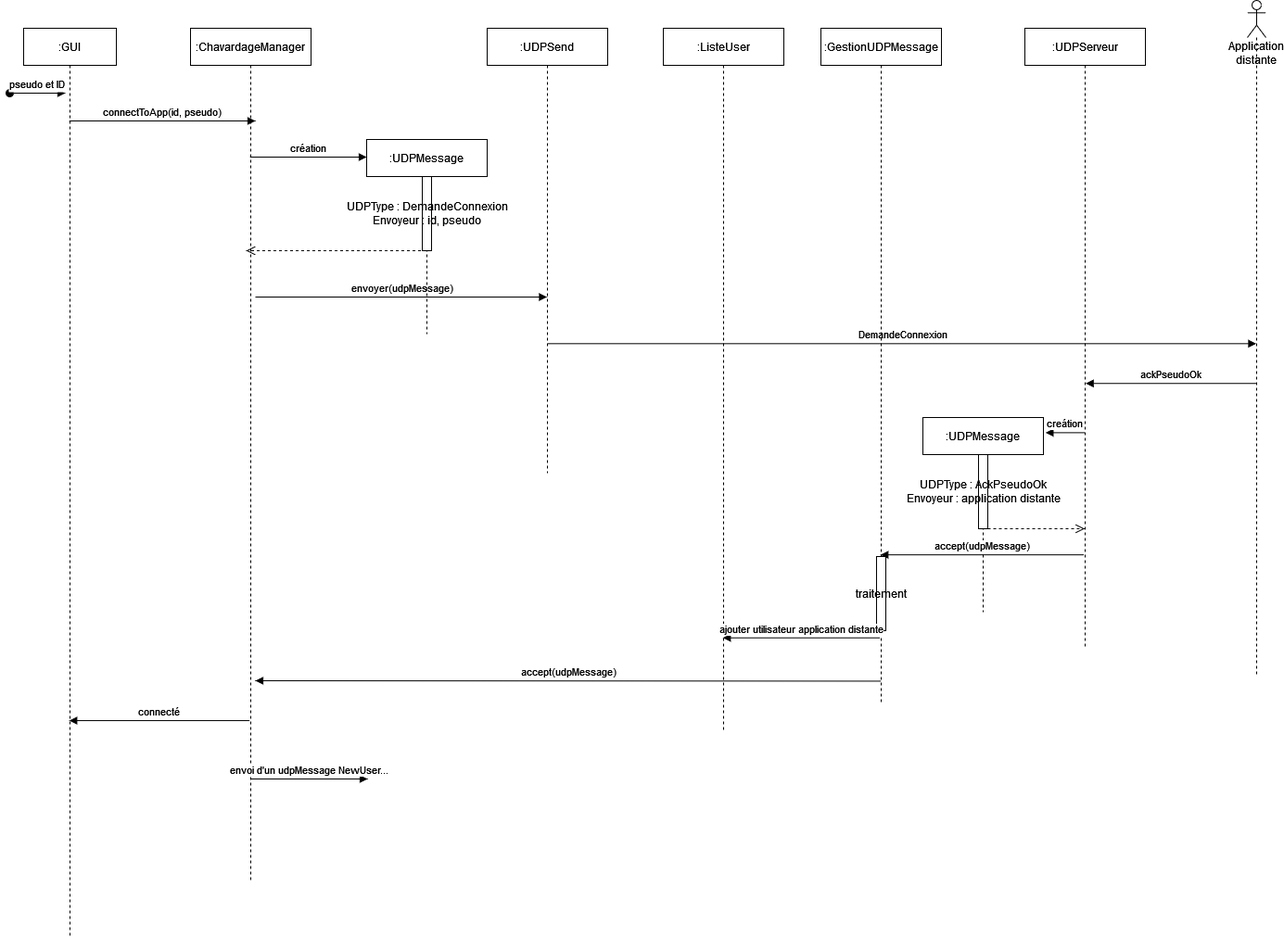
This is UML/Images/seq_connexion_appli.png from Newglear/UF_projet_java, a draw.io export, as it was before one commit. Source tidied: cells renumbered, new cells last; positions are measured from the earlier drawing's top-left corner, leaving out a move shared by most shapes. Source of this version:
```xml
<mxGraphModel>
  <root>
    <mxCell id="0" />
    <mxCell id="1" parent="0" />
    <mxCell id="2" value=":GUI" style="shape=umlLifeline;perimeter=lifelinePerimeter;rounded=0;shadow=0;strokeWidth=1;" parent="1" vertex="1">
      <mxGeometry x="15" y="30" width="100" height="980" as="geometry" />
    </mxCell>
    <mxCell id="3" value="pseudo et ID" style="verticalAlign=bottom;startArrow=oval;endArrow=block;startSize=8;shadow=0;strokeWidth=1;" parent="2" edge="1">
      <mxGeometry relative="1" as="geometry">
        <mxPoint x="-15" y="70" as="sourcePoint" />
        <mxPoint x="45" y="70" as="targetPoint" />
      </mxGeometry>
    </mxCell>
    <mxCell id="4" value=":ChavardageManager" style="shape=umlLifeline;perimeter=lifelinePerimeter;rounded=0;shadow=0;strokeWidth=1;" parent="1" vertex="1">
      <mxGeometry x="195" y="30" width="130" height="920" as="geometry" />
    </mxCell>
    <mxCell id="5" value="&lt;div&gt;&lt;br&gt;&lt;/div&gt;&lt;div&gt;&lt;br&gt;&lt;/div&gt;" style="html=1;verticalAlign=bottom;endArrow=open;dashed=1;endSize=8;rounded=0;" parent="4" edge="1" source="8">
      <mxGeometry relative="1" as="geometry">
        <mxPoint x="60" y="240" as="targetPoint" />
      </mxGeometry>
    </mxCell>
    <mxCell id="6" value="envoyer(udpMessage)" style="html=1;verticalAlign=bottom;endArrow=block;rounded=0;" parent="4" edge="1" target="11">
      <mxGeometry relative="1" as="geometry">
        <mxPoint x="70" y="290" as="sourcePoint" />
      </mxGeometry>
    </mxCell>
    <mxCell id="7" value="connectToApp(id, pseudo)" style="html=1;verticalAlign=bottom;endArrow=block;rounded=0;" parent="1" edge="1" source="2">
      <mxGeometry relative="1" as="geometry">
        <mxPoint x="265" y="130" as="targetPoint" />
      </mxGeometry>
    </mxCell>
    <mxCell id="8" value=":UDPMessage" style="shape=umlLifeline;perimeter=lifelinePerimeter;rounded=0;shadow=0;strokeWidth=1;" parent="1" vertex="1">
      <mxGeometry x="385" y="150" width="130" height="210" as="geometry" />
    </mxCell>
    <mxCell id="9" value="&lt;div&gt;UDPType : DemandeConnexion&lt;/div&gt;&lt;div&gt;Envoyeur : id, pseudo&lt;br&gt;&lt;/div&gt;" style="html=1;perimeter=orthogonalPerimeter;" parent="8" vertex="1">
      <mxGeometry x="60" y="40" width="10" height="80" as="geometry" />
    </mxCell>
    <mxCell id="10" value="création" style="html=1;verticalAlign=bottom;endArrow=block;rounded=0;" parent="1" edge="1" source="4">
      <mxGeometry relative="1" as="geometry">
        <mxPoint x="385" y="169" as="targetPoint" />
      </mxGeometry>
    </mxCell>
    <mxCell id="11" value=":UDPSend" style="shape=umlLifeline;perimeter=lifelinePerimeter;rounded=0;shadow=0;strokeWidth=1;" parent="1" vertex="1">
      <mxGeometry x="515" y="30" width="130" height="480" as="geometry" />
    </mxCell>
    <mxCell id="12" value="Application distante" style="shape=umlLifeline;participant=umlActor;perimeter=lifelinePerimeter;whiteSpace=wrap;html=1;verticalAlign=top;spacingTop=36;outlineConnect=0;" parent="1" vertex="1">
      <mxGeometry x="1335" width="20" height="730" as="geometry" />
    </mxCell>
    <mxCell id="13" value="DemandeConnexion" style="html=1;verticalAlign=bottom;endArrow=block;rounded=0;exitX=0.5;exitY=0.709;exitDx=0;exitDy=0;exitPerimeter=0;" parent="1" edge="1" source="11" target="12">
      <mxGeometry relative="1" as="geometry" />
    </mxCell>
    <mxCell id="14" value="ackPseudoOk" style="html=1;verticalAlign=bottom;endArrow=block;rounded=0;entryX=0.505;entryY=0.572;entryDx=0;entryDy=0;entryPerimeter=0;" parent="1" edge="1" source="12" target="17">
      <mxGeometry relative="1" as="geometry" />
    </mxCell>
    <mxCell id="15" value=":UDPMessage" style="shape=umlLifeline;perimeter=lifelinePerimeter;rounded=0;shadow=0;strokeWidth=1;" parent="1" vertex="1">
      <mxGeometry x="985" y="450" width="130" height="210" as="geometry" />
    </mxCell>
    <mxCell id="16" value="&lt;div&gt;UDPType : AckPseudoOk&lt;/div&gt;&lt;div&gt;Envoyeur : application distante&lt;br&gt;&lt;/div&gt;" style="html=1;perimeter=orthogonalPerimeter;" parent="15" vertex="1">
      <mxGeometry x="60" y="40" width="10" height="80" as="geometry" />
    </mxCell>
    <mxCell id="17" value=":UDPServeur" style="shape=umlLifeline;perimeter=lifelinePerimeter;rounded=0;shadow=0;strokeWidth=1;" parent="1" vertex="1">
      <mxGeometry x="1095" y="30" width="130" height="670" as="geometry" />
    </mxCell>
    <mxCell id="18" value="creátion" style="html=1;verticalAlign=bottom;endArrow=block;rounded=0;entryX=1.018;entryY=0.078;entryDx=0;entryDy=0;entryPerimeter=0;" parent="1" edge="1" source="17" target="15">
      <mxGeometry relative="1" as="geometry" />
    </mxCell>
    <mxCell id="19" style="html=1;verticalAlign=bottom;endArrow=open;dashed=1;endSize=8;rounded=0;" parent="1" edge="1" target="17">
      <mxGeometry relative="1" as="geometry">
        <mxPoint x="1055" y="570" as="sourcePoint" />
      </mxGeometry>
    </mxCell>
    <mxCell id="20" value=":GestionUDPMessage" style="shape=umlLifeline;perimeter=lifelinePerimeter;rounded=0;shadow=0;strokeWidth=1;" parent="1" vertex="1">
      <mxGeometry x="875" y="30" width="130" height="730" as="geometry" />
    </mxCell>
    <mxCell id="21" value="traitement" style="html=1;perimeter=orthogonalPerimeter;" parent="20" vertex="1">
      <mxGeometry x="60" y="570" width="10" height="80" as="geometry" />
    </mxCell>
    <mxCell id="22" value="accept(udpMessage)" style="html=1;verticalAlign=bottom;endArrow=block;rounded=0;exitX=0.49;exitY=0.848;exitDx=0;exitDy=0;exitPerimeter=0;" parent="1" edge="1" source="17" target="20">
      <mxGeometry relative="1" as="geometry" />
    </mxCell>
    <mxCell id="23" value=":ListeUser" style="shape=umlLifeline;perimeter=lifelinePerimeter;rounded=0;shadow=0;strokeWidth=1;" parent="1" vertex="1">
      <mxGeometry x="705" y="30" width="130" height="760" as="geometry" />
    </mxCell>
    <mxCell id="24" value="ajouter utilisateur application distante" style="html=1;verticalAlign=bottom;endArrow=block;rounded=0;exitX=0.49;exitY=0.901;exitDx=0;exitDy=0;exitPerimeter=0;" parent="1" edge="1" source="20" target="23">
      <mxGeometry relative="1" as="geometry" />
    </mxCell>
    <mxCell id="25" value="accept(udpMessage)" style="html=1;verticalAlign=bottom;endArrow=block;rounded=0;exitX=0.5;exitY=0.965;exitDx=0;exitDy=0;exitPerimeter=0;" parent="1" edge="1" source="20">
      <mxGeometry relative="1" as="geometry">
        <mxPoint x="265" y="734" as="targetPoint" />
      </mxGeometry>
    </mxCell>
    <mxCell id="26" value="connecté " style="html=1;verticalAlign=bottom;endArrow=block;rounded=0;exitX=0.49;exitY=0.812;exitDx=0;exitDy=0;exitPerimeter=0;" parent="1" edge="1" source="4" target="2">
      <mxGeometry relative="1" as="geometry" />
    </mxCell>
    <mxCell id="27" value="envoi d'un udpMessage NewUser..." style="html=1;verticalAlign=bottom;endArrow=block;rounded=0;" parent="1" edge="1">
      <mxGeometry relative="1" as="geometry">
        <mxPoint x="260.3" y="840" as="sourcePoint" />
        <mxPoint x="386" y="840" as="targetPoint" />
      </mxGeometry>
    </mxCell>
  </root>
</mxGraphModel>
```
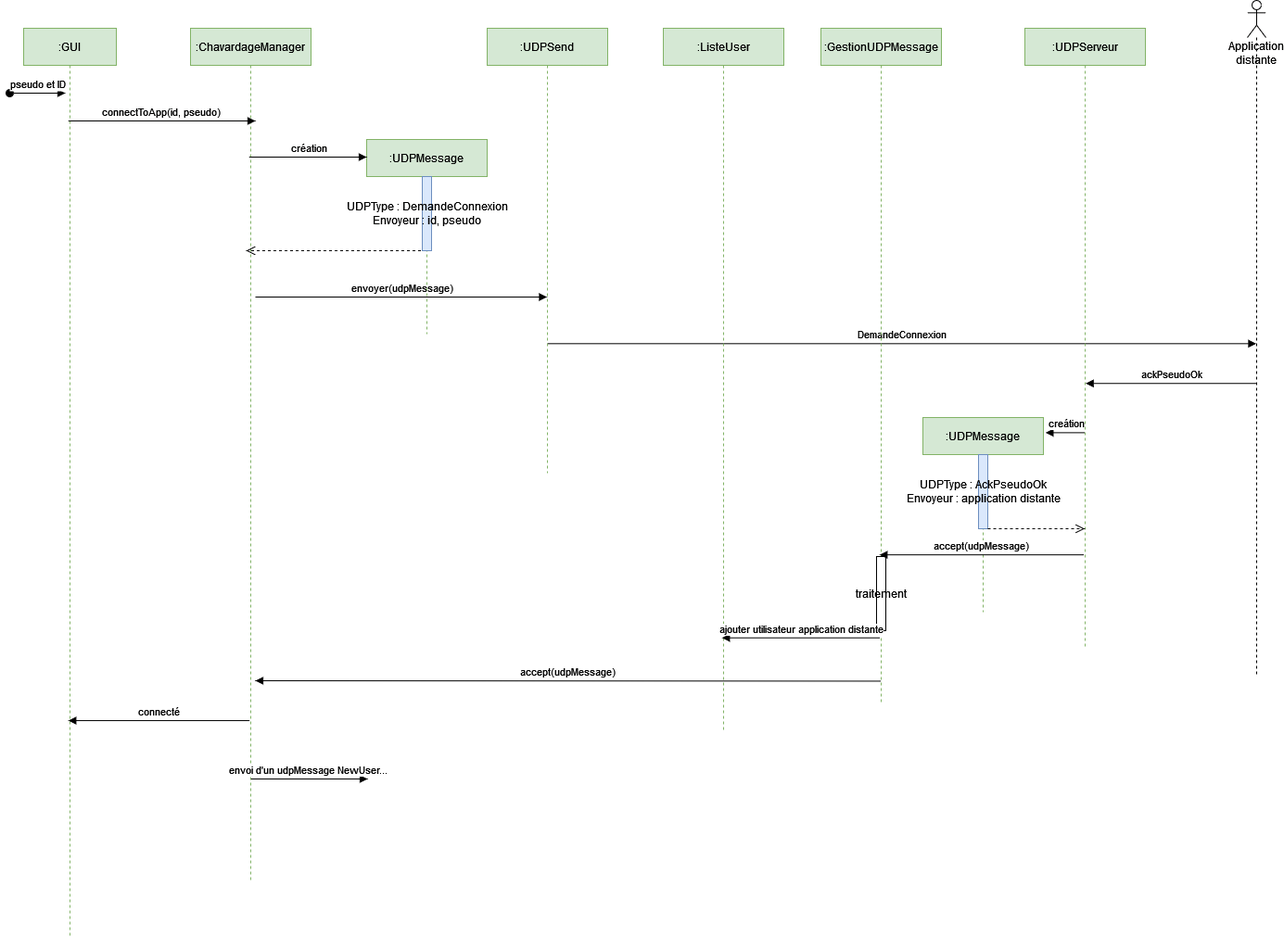
The same file after the commit.

Commit message:
ajout couleurs

Change to the diagram source:
```diff
@@ -2,7 +2,7 @@
   <root>
     <mxCell id="0" />
     <mxCell id="1" parent="0" />
-    <mxCell id="2" value=":GUI" style="shape=umlLifeline;perimeter=lifelinePerimeter;rounded=0;shadow=0;strokeWidth=1;" parent="1" vertex="1">
+    <mxCell id="2" value=":GUI" style="shape=umlLifeline;perimeter=lifelinePerimeter;rounded=0;shadow=0;strokeWidth=1;fillColor=#d5e8d4;strokeColor=#82b366;" parent="1" vertex="1">
       <mxGeometry x="15" y="30" width="100" height="980" as="geometry" />
     </mxCell>
     <mxCell id="3" value="pseudo et ID" style="verticalAlign=bottom;startArrow=oval;endArrow=block;startSize=8;shadow=0;strokeWidth=1;" parent="2" edge="1">
@@ -11,7 +11,7 @@
         <mxPoint x="45" y="70" as="targetPoint" />
       </mxGeometry>
     </mxCell>
-    <mxCell id="4" value=":ChavardageManager" style="shape=umlLifeline;perimeter=lifelinePerimeter;rounded=0;shadow=0;strokeWidth=1;" parent="1" vertex="1">
+    <mxCell id="4" value=":ChavardageManager" style="shape=umlLifeline;perimeter=lifelinePerimeter;rounded=0;shadow=0;strokeWidth=1;fillColor=#d5e8d4;strokeColor=#82b366;" parent="1" vertex="1">
       <mxGeometry x="195" y="30" width="130" height="920" as="geometry" />
     </mxCell>
     <mxCell id="5" value="&lt;div&gt;&lt;br&gt;&lt;/div&gt;&lt;div&gt;&lt;br&gt;&lt;/div&gt;" style="html=1;verticalAlign=bottom;endArrow=open;dashed=1;endSize=8;rounded=0;" parent="4" edge="1" source="8">
@@ -29,10 +29,10 @@
         <mxPoint x="265" y="130" as="targetPoint" />
       </mxGeometry>
     </mxCell>
-    <mxCell id="8" value=":UDPMessage" style="shape=umlLifeline;perimeter=lifelinePerimeter;rounded=0;shadow=0;strokeWidth=1;" parent="1" vertex="1">
+    <mxCell id="8" value=":UDPMessage" style="shape=umlLifeline;perimeter=lifelinePerimeter;rounded=0;shadow=0;strokeWidth=1;fillColor=#d5e8d4;strokeColor=#82b366;" parent="1" vertex="1">
       <mxGeometry x="385" y="150" width="130" height="210" as="geometry" />
     </mxCell>
-    <mxCell id="9" value="&lt;div&gt;UDPType : DemandeConnexion&lt;/div&gt;&lt;div&gt;Envoyeur : id, pseudo&lt;br&gt;&lt;/div&gt;" style="html=1;perimeter=orthogonalPerimeter;" parent="8" vertex="1">
+    <mxCell id="9" value="&lt;div&gt;UDPType : DemandeConnexion&lt;/div&gt;&lt;div&gt;Envoyeur : id, pseudo&lt;br&gt;&lt;/div&gt;" style="html=1;perimeter=orthogonalPerimeter;fillColor=#dae8fc;strokeColor=#6c8ebf;" parent="8" vertex="1">
       <mxGeometry x="60" y="40" width="10" height="80" as="geometry" />
     </mxCell>
     <mxCell id="10" value="création" style="html=1;verticalAlign=bottom;endArrow=block;rounded=0;" parent="1" edge="1" source="4">
@@ -40,7 +40,7 @@
         <mxPoint x="385" y="169" as="targetPoint" />
       </mxGeometry>
     </mxCell>
-    <mxCell id="11" value=":UDPSend" style="shape=umlLifeline;perimeter=lifelinePerimeter;rounded=0;shadow=0;strokeWidth=1;" parent="1" vertex="1">
+    <mxCell id="11" value=":UDPSend" style="shape=umlLifeline;perimeter=lifelinePerimeter;rounded=0;shadow=0;strokeWidth=1;fillColor=#d5e8d4;strokeColor=#82b366;" parent="1" vertex="1">
       <mxGeometry x="515" y="30" width="130" height="480" as="geometry" />
     </mxCell>
     <mxCell id="12" value="Application distante" style="shape=umlLifeline;participant=umlActor;perimeter=lifelinePerimeter;whiteSpace=wrap;html=1;verticalAlign=top;spacingTop=36;outlineConnect=0;" parent="1" vertex="1">
@@ -52,13 +52,13 @@
     <mxCell id="14" value="ackPseudoOk" style="html=1;verticalAlign=bottom;endArrow=block;rounded=0;entryX=0.505;entryY=0.572;entryDx=0;entryDy=0;entryPerimeter=0;" parent="1" edge="1" source="12" target="17">
       <mxGeometry relative="1" as="geometry" />
     </mxCell>
-    <mxCell id="15" value=":UDPMessage" style="shape=umlLifeline;perimeter=lifelinePerimeter;rounded=0;shadow=0;strokeWidth=1;" parent="1" vertex="1">
+    <mxCell id="15" value=":UDPMessage" style="shape=umlLifeline;perimeter=lifelinePerimeter;rounded=0;shadow=0;strokeWidth=1;fillColor=#d5e8d4;strokeColor=#82b366;" parent="1" vertex="1">
       <mxGeometry x="985" y="450" width="130" height="210" as="geometry" />
     </mxCell>
-    <mxCell id="16" value="&lt;div&gt;UDPType : AckPseudoOk&lt;/div&gt;&lt;div&gt;Envoyeur : application distante&lt;br&gt;&lt;/div&gt;" style="html=1;perimeter=orthogonalPerimeter;" parent="15" vertex="1">
+    <mxCell id="16" value="&lt;div&gt;UDPType : AckPseudoOk&lt;/div&gt;&lt;div&gt;Envoyeur : application distante&lt;br&gt;&lt;/div&gt;" style="html=1;perimeter=orthogonalPerimeter;fillColor=#dae8fc;strokeColor=#6c8ebf;" parent="15" vertex="1">
       <mxGeometry x="60" y="40" width="10" height="80" as="geometry" />
     </mxCell>
-    <mxCell id="17" value=":UDPServeur" style="shape=umlLifeline;perimeter=lifelinePerimeter;rounded=0;shadow=0;strokeWidth=1;" parent="1" vertex="1">
+    <mxCell id="17" value=":UDPServeur" style="shape=umlLifeline;perimeter=lifelinePerimeter;rounded=0;shadow=0;strokeWidth=1;fillColor=#d5e8d4;strokeColor=#82b366;" parent="1" vertex="1">
       <mxGeometry x="1095" y="30" width="130" height="670" as="geometry" />
     </mxCell>
     <mxCell id="18" value="creátion" style="html=1;verticalAlign=bottom;endArrow=block;rounded=0;entryX=1.018;entryY=0.078;entryDx=0;entryDy=0;entryPerimeter=0;" parent="1" edge="1" source="17" target="15">
@@ -69,7 +69,7 @@
         <mxPoint x="1055" y="570" as="sourcePoint" />
       </mxGeometry>
     </mxCell>
-    <mxCell id="20" value=":GestionUDPMessage" style="shape=umlLifeline;perimeter=lifelinePerimeter;rounded=0;shadow=0;strokeWidth=1;" parent="1" vertex="1">
+    <mxCell id="20" value=":GestionUDPMessage" style="shape=umlLifeline;perimeter=lifelinePerimeter;rounded=0;shadow=0;strokeWidth=1;fillColor=#d5e8d4;strokeColor=#82b366;" parent="1" vertex="1">
       <mxGeometry x="875" y="30" width="130" height="730" as="geometry" />
     </mxCell>
     <mxCell id="21" value="traitement" style="html=1;perimeter=orthogonalPerimeter;" parent="20" vertex="1">
@@ -78,7 +78,7 @@
     <mxCell id="22" value="accept(udpMessage)" style="html=1;verticalAlign=bottom;endArrow=block;rounded=0;exitX=0.49;exitY=0.848;exitDx=0;exitDy=0;exitPerimeter=0;" parent="1" edge="1" source="17" target="20">
       <mxGeometry relative="1" as="geometry" />
     </mxCell>
-    <mxCell id="23" value=":ListeUser" style="shape=umlLifeline;perimeter=lifelinePerimeter;rounded=0;shadow=0;strokeWidth=1;" parent="1" vertex="1">
+    <mxCell id="23" value=":ListeUser" style="shape=umlLifeline;perimeter=lifelinePerimeter;rounded=0;shadow=0;strokeWidth=1;fillColor=#d5e8d4;strokeColor=#82b366;" parent="1" vertex="1">
       <mxGeometry x="705" y="30" width="130" height="760" as="geometry" />
     </mxCell>
     <mxCell id="24" value="ajouter utilisateur application distante" style="html=1;verticalAlign=bottom;endArrow=block;rounded=0;exitX=0.49;exitY=0.901;exitDx=0;exitDy=0;exitPerimeter=0;" parent="1" edge="1" source="20" target="23">
```
